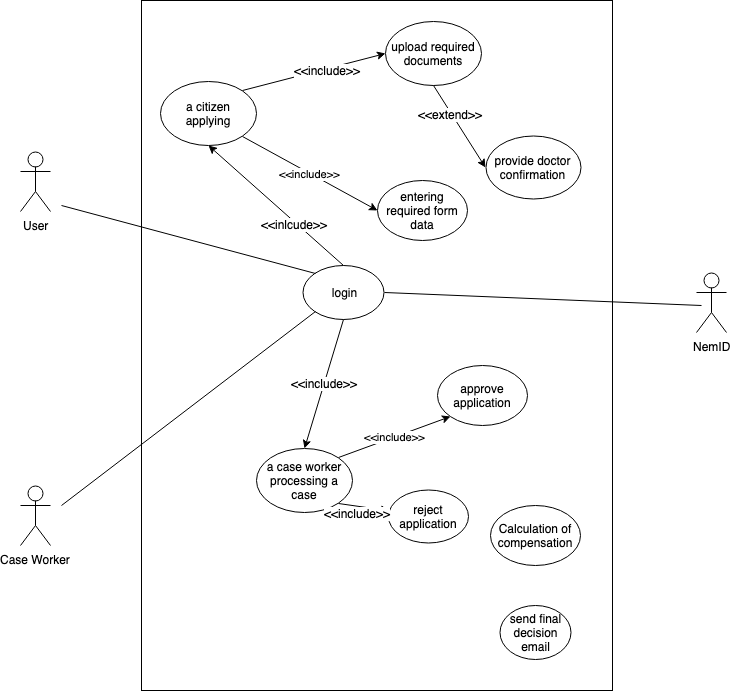
silvanadrian/SE2019-Project keeps this draw.io diagram as img/use-cases.png. Above is the earlier version. Source tidied: cells renumbered, new cells last; positions are measured from the earlier drawing's top-left corner, leaving out a move shared by most shapes.
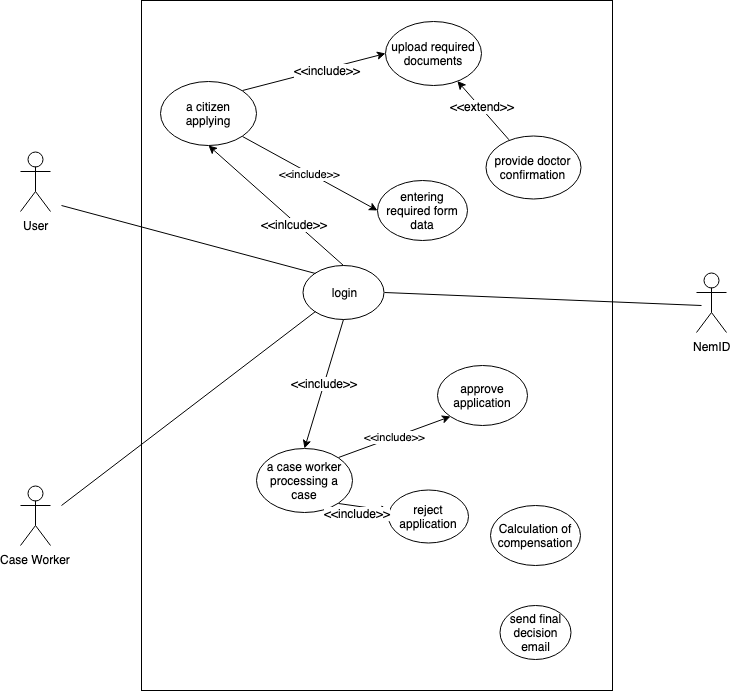
The same file after the commit.

Commit message:
use case diagram

The edit, as a diff of the source:
```diff
@@ -62,12 +62,12 @@
     <mxCell id="19" value="&amp;lt;&amp;lt;include&amp;gt;&amp;gt;" style="endArrow=classic;html=1;exitX=1;exitY=1;exitDx=0;exitDy=0;entryX=0;entryY=0.5;entryDx=0;entryDy=0;" parent="1" edge="1" source="7" target="14">
       <mxGeometry relative="1" as="geometry" />
     </mxCell>
-    <mxCell id="20" style="endArrow=classic;html=1;exitX=0.5;exitY=1;exitDx=0;exitDy=0;entryX=0;entryY=0.5;entryDx=0;entryDy=0;" parent="1" edge="1" source="8" target="11">
+    <mxCell id="20" style="endArrow=classic;html=1;" parent="1" edge="1" source="11" target="8">
       <mxGeometry relative="1" as="geometry" />
     </mxCell>
     <mxCell id="21" value="&amp;lt;&amp;lt;extend&amp;gt;&amp;gt;" style="text;html=1;align=center;verticalAlign=middle;labelBackgroundColor=#ffffff;" parent="20" vertex="1">
       <mxGeometry x="0.39" y="2" relative="1" as="geometry">
-        <mxPoint x="-21" y="-27" as="offset" />
+        <mxPoint x="10" y="5" as="offset" />
       </mxGeometry>
     </mxCell>
     <mxCell id="22" style="endArrow=classic;html=1;exitX=1;exitY=0;exitDx=0;exitDy=0;entryX=0;entryY=0.5;entryDx=0;entryDy=0;" parent="1" edge="1" source="7" target="8">
```
